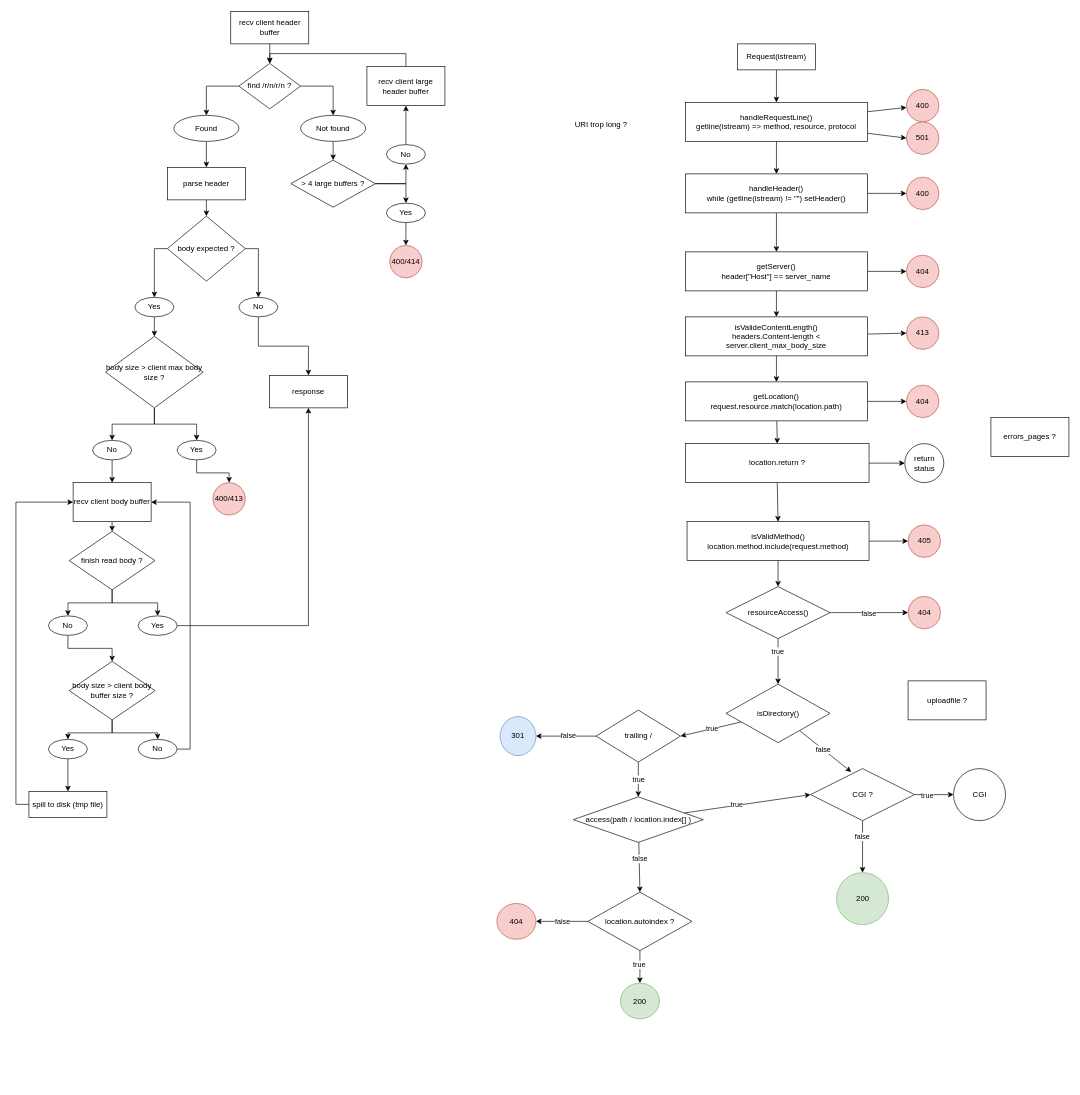
Above: doc/request.drawio in PoursMo/webserv (draw.io), before the change. Source tidied: cells renumbered, new cells numbered last; positions are measured from the earlier drawing's top-left corner, leaving out a move shared by most shapes. Both pictures are drawn from the tidied source at 65%, with x=0, y=0 at pixel (29, 11).
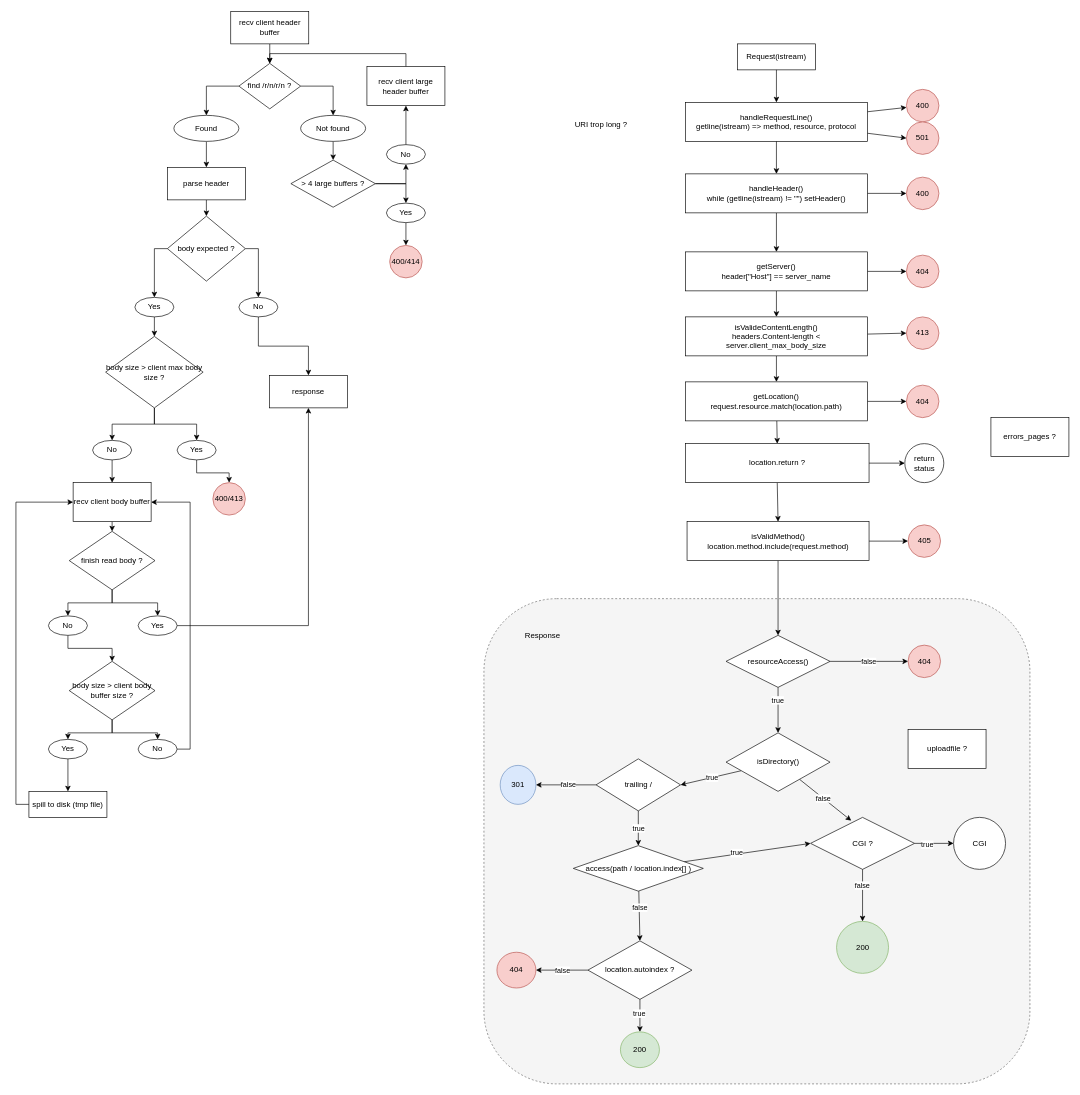
The same diagram, later.

Change to the diagram source:
```diff
@@
+    <mxCell id="127" style="whiteSpace=wrap;html=1;fillColor=#f5f5f5;rounded=1;shadow=0;dashed=1;strokeColor=#666666;fontColor=#333333;" parent="1" vertex="1">
+      <mxGeometry x="700" y="903.5" width="840" height="746.5" as="geometry" />
+    </mxCell>
@@
     <mxCell id="35" value="404" style="ellipse;whiteSpace=wrap;html=1;fillColor=#f8cecc;strokeColor=#b85450;" parent="1" vertex="1">
-      <mxGeometry x="1352.5" y="900" width="50" height="50" as="geometry" />
+      <mxGeometry x="1352.5" y="975" width="50" height="50" as="geometry" />
     </mxCell>
     <mxCell id="36" value="CGI" style="ellipse;whiteSpace=wrap;html=1;" parent="1" vertex="1">
-      <mxGeometry x="1422.5" y="1165" width="80" height="80" as="geometry" />
+      <mxGeometry x="1422.5" y="1240" width="80" height="80" as="geometry" />
     </mxCell>
@@
     <mxCell id="97" value="isDirectory()" style="rhombus;whiteSpace=wrap;html=1;" parent="1" vertex="1">
-      <mxGeometry x="1072.5" y="1035" width="160" height="90" as="geometry" />
+      <mxGeometry x="1072.5" y="1110" width="160" height="90" as="geometry" />
     </mxCell>
@@
     <mxCell id="102" value="location.autoindex ?" style="rhombus;whiteSpace=wrap;html=1;" parent="1" vertex="1">
-      <mxGeometry x="860" y="1355" width="160" height="90" as="geometry" />
+      <mxGeometry x="860" y="1430" width="160" height="90" as="geometry" />
     </mxCell>
@@
     <mxCell id="104" value="200" style="ellipse;whiteSpace=wrap;html=1;fillColor=#d5e8d4;strokeColor=#82b366;" parent="1" vertex="1">
-      <mxGeometry x="910" y="1495" width="60" height="55" as="geometry" />
+      <mxGeometry x="910" y="1570" width="60" height="55" as="geometry" />
     </mxCell>
     <mxCell id="105" value="404" style="ellipse;whiteSpace=wrap;html=1;fillColor=#f8cecc;strokeColor=#b85450;" parent="1" vertex="1">
-      <mxGeometry x="720" y="1372.5" width="60" height="55" as="geometry" />
+      <mxGeometry x="720" y="1447.5" width="60" height="55" as="geometry" />
     </mxCell>
@@
     <mxCell id="110" value="&lt;span style=&quot;color: rgb(0, 0, 0);&quot;&gt;resourceAccess()&lt;/span&gt;" style="rhombus;whiteSpace=wrap;html=1;" parent="1" vertex="1">
-      <mxGeometry x="1072.5" y="885" width="160" height="80" as="geometry" />
+      <mxGeometry x="1072.5" y="960" width="160" height="80" as="geometry" />
     </mxCell>
@@
     <mxCell id="115" value="&lt;span style=&quot;color: rgb(0, 0, 0);&quot;&gt;access(path / location.index[] )&lt;/span&gt;" style="rhombus;whiteSpace=wrap;html=1;" parent="1" vertex="1">
-      <mxGeometry x="837.5" y="1208.5" width="200" height="70" as="geometry" />
+      <mxGeometry x="837.5" y="1283.5" width="200" height="70" as="geometry" />
     </mxCell>
@@
     <mxCell id="118" value="CGI ?" style="rhombus;whiteSpace=wrap;html=1;" parent="1" vertex="1">
-      <mxGeometry x="1202.5" y="1165" width="160" height="80" as="geometry" />
+      <mxGeometry x="1202.5" y="1240" width="160" height="80" as="geometry" />
     </mxCell>
     <mxCell id="119" value="200" style="ellipse;whiteSpace=wrap;html=1;fillColor=#d5e8d4;strokeColor=#82b366;" parent="1" vertex="1">
-      <mxGeometry x="1242.5" y="1325" width="80" height="80" as="geometry" />
+      <mxGeometry x="1242.5" y="1400" width="80" height="80" as="geometry" />
     </mxCell>
     <mxCell id="120" value="uploadfile ?" style="whiteSpace=wrap;html=1;" parent="1" vertex="1">
-      <mxGeometry x="1352.5" y="1030" width="120" height="60" as="geometry" />
+      <mxGeometry x="1352.5" y="1105" width="120" height="60" as="geometry" />
     </mxCell>
@@
     <mxCell id="125" value="trailing /" style="rhombus;whiteSpace=wrap;html=1;" parent="1" vertex="1">
-      <mxGeometry x="872.5" y="1075" width="130" height="80" as="geometry" />
+      <mxGeometry x="872.5" y="1150" width="130" height="80" as="geometry" />
     </mxCell>
     <mxCell id="126" value="301" style="ellipse;whiteSpace=wrap;html=1;fillColor=#dae8fc;strokeColor=#6c8ebf;" parent="1" vertex="1">
-      <mxGeometry x="725" y="1085" width="55" height="60" as="geometry" />
+      <mxGeometry x="725" y="1160" width="55" height="60" as="geometry" />
     </mxCell>
+    <mxCell id="128" value="Response" style="text;html=1;align=center;verticalAlign=middle;strokeColor=none;fillColor=none;" parent="1" vertex="1">
+      <mxGeometry x="750" y="945" width="80" height="30" as="geometry" />
+    </mxCell>
```
